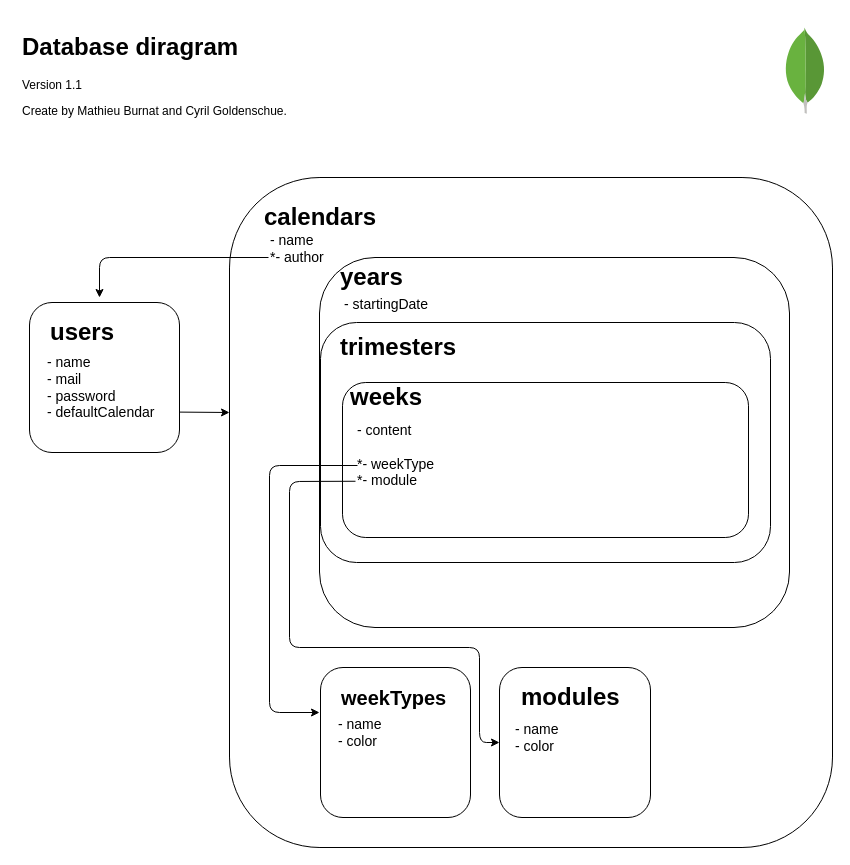
MathieuBurnat/tech_calendar keeps this draw.io diagram as documentation/database/Diagram.drawio. Above is the earlier version. Source tidied: cells renumbered, new cells numbered last; positions are measured from the earlier drawing's top-left corner, leaving out a move shared by most shapes. Both pictures are drawn from the tidied source at 100%, with x=0, y=0 at pixel (17, 27).
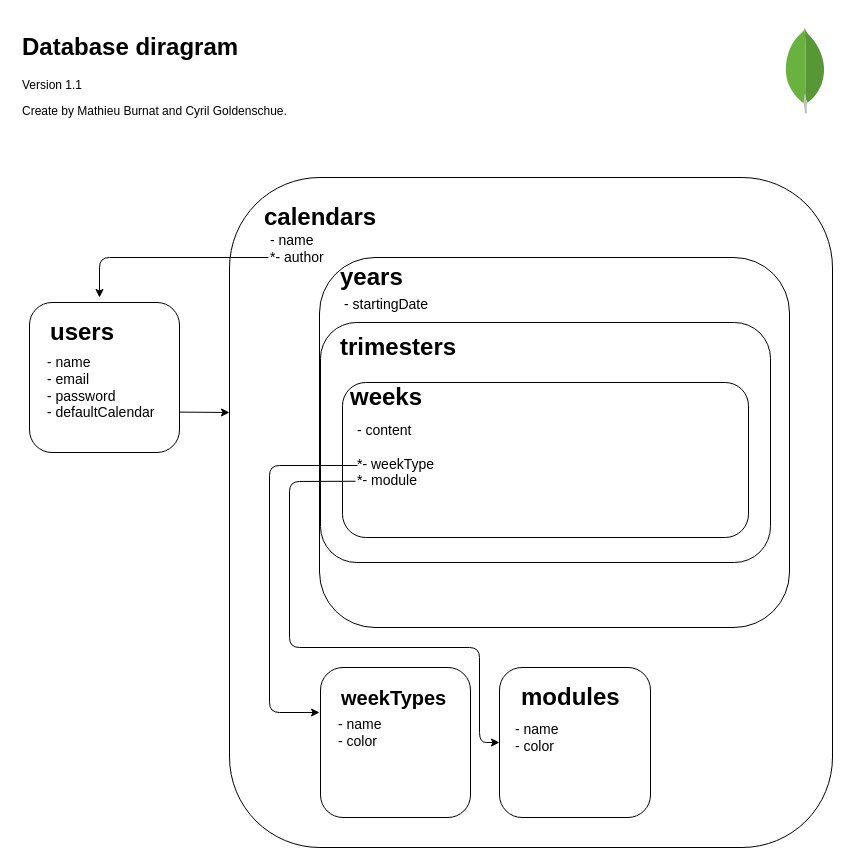
The same diagram, later.

What changed in the source:
```diff
@@
-    <mxCell id="9" value="&lt;font style=&quot;font-size: 14px&quot;&gt;- name&lt;br&gt;- mail&lt;br&gt;- password&lt;br&gt;&lt;/font&gt;&lt;div style=&quot;font-size: 14px&quot;&gt;- defaultCalendar&lt;/div&gt;" style="text;html=1;strokeColor=none;fillColor=none;align=left;verticalAlign=middle;whiteSpace=wrap;rounded=0;" parent="1" vertex="1">
+    <mxCell id="9" value="&lt;font style=&quot;font-size: 14px&quot;&gt;- name&lt;br&gt;- email&lt;br&gt;- password&lt;br&gt;&lt;/font&gt;&lt;div style=&quot;font-size: 14px&quot;&gt;- defaultCalendar&lt;/div&gt;" style="text;html=1;strokeColor=none;fillColor=none;align=left;verticalAlign=middle;whiteSpace=wrap;rounded=0;" parent="1" vertex="1">
       <mxGeometry x="28" y="315" width="134" height="90" as="geometry" />
     </mxCell>
```
